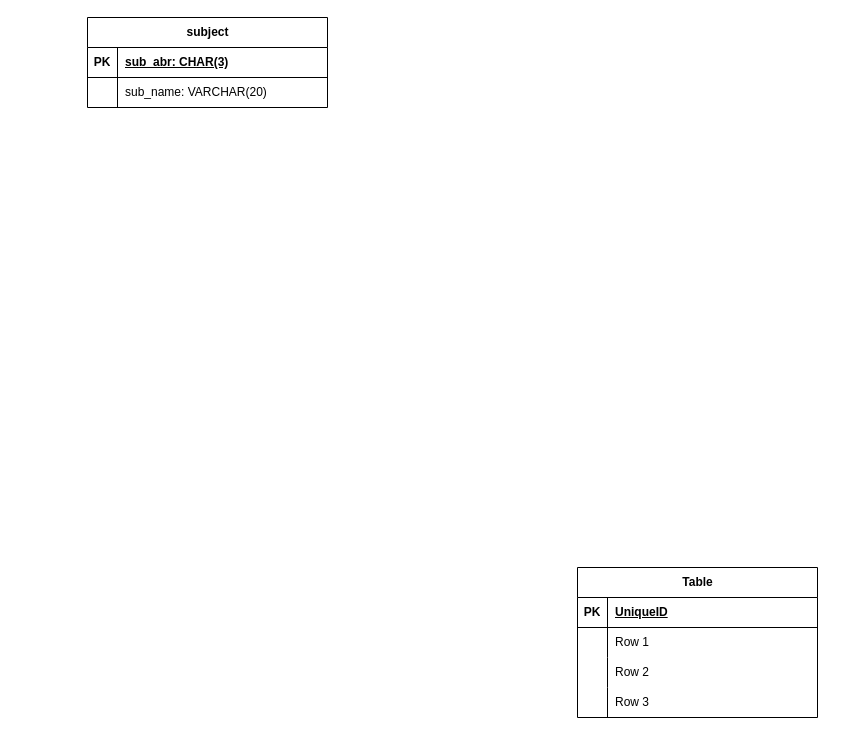
This is drafts/rel.drawio from elma1989/teach, a draw.io file, before an edit. Source tidied: cells renumbered, new cells numbered last; positions are measured from the earlier drawing's top-left corner, leaving out a move shared by most shapes. Both pictures are drawn from the tidied source at 100%, with x=0, y=0 at pixel (87, 17).
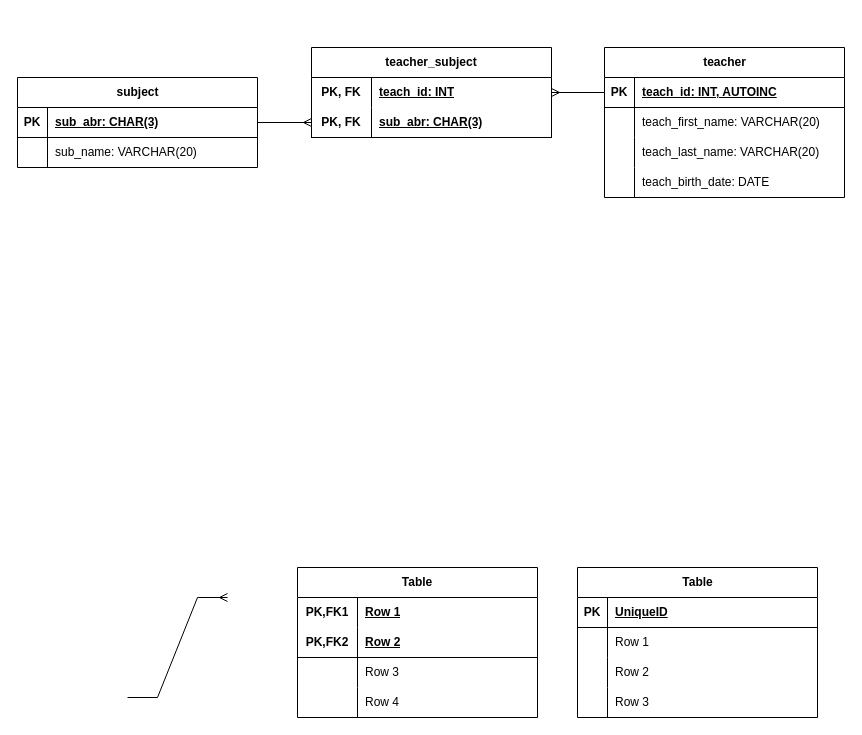
Above is the later version.

Unchanged cells that the change refers to:
```xml
<mxCell id="16" style="shape=tableRow;horizontal=0;startSize=0;swimlaneHead=0;swimlaneBody=0;fillColor=none;points=[[0,0.5],[1,0.5]];portConstraint=eastwest;top=0;left=0;right=0;bottom=1;" parent="15" vertex="1">
  <mxGeometry y="30" width="240" height="30" as="geometry" />
</mxCell>
```

Diff of the diagram source:
```diff
@@
     <mxCell id="15" value="subject" style="shape=table;startSize=30;childLayout=tableLayout;rowLines=0;fontStyle=1;align=center;html=1;" parent="1" vertex="1">
-      <mxGeometry width="240" height="90" as="geometry" />
+      <mxGeometry x="-70" y="60" width="240" height="90" as="geometry" />
     </mxCell>
@@
+    <mxCell id="22" value="teacher" style="shape=table;startSize=30;childLayout=tableLayout;rowLines=0;fontStyle=1;align=center;html=1;" parent="1" vertex="1">
+      <mxGeometry x="517" y="30" width="240" height="150" as="geometry" />
+    </mxCell>
+    <mxCell id="23" style="shape=tableRow;horizontal=0;startSize=0;swimlaneHead=0;swimlaneBody=0;fillColor=none;points=[[0,0.5],[1,0.5]];portConstraint=eastwest;top=0;left=0;right=0;bottom=1;" parent="22" vertex="1">
+      <mxGeometry y="30" width="240" height="30" as="geometry" />
+    </mxCell>
+    <mxCell id="24" value="PK" style="shape=partialRectangle;fillColor=none;top=0;left=0;bottom=0;right=0;fontStyle=1;overflow=hidden;whiteSpace=wrap;html=1;" parent="23" vertex="1">
+      <mxGeometry width="30" height="30" as="geometry" />
+    </mxCell>
+    <mxCell id="25" value="teach_id: INT, AUTOINC" style="shape=partialRectangle;fillColor=none;top=0;left=0;bottom=0;right=0;align=left;spacingLeft=6;fontStyle=5;overflow=hidden;whiteSpace=wrap;html=1;" parent="23" vertex="1">
+      <mxGeometry x="30" width="210" height="30" as="geometry" />
+    </mxCell>
+    <mxCell id="26" style="shape=tableRow;horizontal=0;startSize=0;swimlaneHead=0;swimlaneBody=0;fillColor=none;top=0;left=0;right=0;bottom=0;" parent="22" vertex="1">
+      <mxGeometry y="60" width="240" height="30" as="geometry" />
+    </mxCell>
+    <mxCell id="27" style="shape=partialRectangle;fillColor=none;top=0;left=0;bottom=0;right=0;overflow=hidden;whiteSpace=wrap;html=1;" parent="26" vertex="1">
+      <mxGeometry width="30" height="30" as="geometry" />
+    </mxCell>
+    <mxCell id="28" value="teach_first_name: VARCHAR(20)" style="shape=partialRectangle;fillColor=none;top=0;left=0;bottom=0;right=0;align=left;spacingLeft=6;overflow=hidden;whiteSpace=wrap;html=1;" parent="26" vertex="1">
+      <mxGeometry x="30" width="210" height="30" as="geometry" />
+    </mxCell>
+    <mxCell id="29" style="shape=tableRow;horizontal=0;startSize=0;swimlaneHead=0;swimlaneBody=0;fillColor=none;top=0;left=0;right=0;bottom=0;" parent="22" vertex="1">
+      <mxGeometry y="90" width="240" height="30" as="geometry" />
+    </mxCell>
+    <mxCell id="30" style="shape=partialRectangle;fillColor=none;top=0;left=0;bottom=0;right=0;overflow=hidden;whiteSpace=wrap;html=1;" parent="29" vertex="1">
+      <mxGeometry width="30" height="30" as="geometry" />
+    </mxCell>
+    <mxCell id="31" value="teach_last_name: VARCHAR(20)" style="shape=partialRectangle;fillColor=none;top=0;left=0;bottom=0;right=0;align=left;spacingLeft=6;overflow=hidden;whiteSpace=wrap;html=1;" parent="29" vertex="1">
+      <mxGeometry x="30" width="210" height="30" as="geometry" />
+    </mxCell>
+    <mxCell id="32" style="shape=tableRow;horizontal=0;startSize=0;swimlaneHead=0;swimlaneBody=0;fillColor=none;top=0;left=0;right=0;bottom=0;" parent="22" vertex="1">
+      <mxGeometry y="120" width="240" height="30" as="geometry" />
+    </mxCell>
+    <mxCell id="33" style="shape=partialRectangle;fillColor=none;top=0;left=0;bottom=0;right=0;overflow=hidden;whiteSpace=wrap;html=1;" parent="32" vertex="1">
+      <mxGeometry width="30" height="30" as="geometry" />
+    </mxCell>
+    <mxCell id="34" value="teach_birth_date: DATE" style="shape=partialRectangle;fillColor=none;top=0;left=0;bottom=0;right=0;align=left;spacingLeft=6;overflow=hidden;whiteSpace=wrap;html=1;" parent="32" vertex="1">
+      <mxGeometry x="30" width="210" height="30" as="geometry" />
+    </mxCell>
+    <mxCell id="35" value="Table" style="shape=table;startSize=30;childLayout=tableLayout;rowLines=0;fontStyle=1;align=center;html=1;whiteSpace=wrap;" parent="1" vertex="1">
+      <mxGeometry x="210" y="550" width="240" height="150" as="geometry" />
+    </mxCell>
+    <mxCell id="36" style="shape=tableRow;horizontal=0;startSize=0;swimlaneHead=0;swimlaneBody=0;fillColor=none;top=0;left=0;right=0;bottom=0;html=1;" parent="35" vertex="1">
+      <mxGeometry y="30" width="240" height="30" as="geometry" />
+    </mxCell>
+    <mxCell id="37" value="PK,FK1" style="shape=partialRectangle;fillColor=none;top=0;left=0;bottom=0;right=0;fontStyle=1;overflow=hidden;html=1;whiteSpace=wrap;" parent="36" vertex="1">
+      <mxGeometry width="60" height="30" as="geometry" />
+    </mxCell>
+    <mxCell id="38" value="Row 1" style="shape=partialRectangle;fillColor=none;top=0;left=0;bottom=0;right=0;align=left;spacingLeft=6;fontStyle=5;overflow=hidden;html=1;whiteSpace=wrap;" parent="36" vertex="1">
+      <mxGeometry x="60" width="180" height="30" as="geometry" />
+    </mxCell>
+    <mxCell id="39" style="shape=tableRow;horizontal=0;startSize=0;swimlaneHead=0;swimlaneBody=0;fillColor=none;top=0;left=0;right=0;bottom=1;html=1;" parent="35" vertex="1">
+      <mxGeometry y="60" width="240" height="30" as="geometry" />
+    </mxCell>
+    <mxCell id="40" value="PK,FK2" style="shape=partialRectangle;fillColor=none;top=0;left=0;bottom=0;right=0;fontStyle=1;overflow=hidden;html=1;whiteSpace=wrap;" parent="39" vertex="1">
+      <mxGeometry width="60" height="30" as="geometry" />
+    </mxCell>
+    <mxCell id="41" value="Row 2" style="shape=partialRectangle;fillColor=none;top=0;left=0;bottom=0;right=0;align=left;spacingLeft=6;fontStyle=5;overflow=hidden;html=1;whiteSpace=wrap;" parent="39" vertex="1">
+      <mxGeometry x="60" width="180" height="30" as="geometry" />
+    </mxCell>
+    <mxCell id="42" style="shape=tableRow;horizontal=0;startSize=0;swimlaneHead=0;swimlaneBody=0;fillColor=none;top=0;left=0;right=0;bottom=0;html=1;" parent="35" vertex="1">
+      <mxGeometry y="90" width="240" height="30" as="geometry" />
+    </mxCell>
+    <mxCell id="43" style="shape=partialRectangle;fillColor=none;top=0;left=0;bottom=0;right=0;overflow=hidden;html=1;whiteSpace=wrap;" parent="42" vertex="1">
+      <mxGeometry width="60" height="30" as="geometry" />
+    </mxCell>
+    <mxCell id="44" value="Row 3" style="shape=partialRectangle;fillColor=none;top=0;left=0;bottom=0;right=0;align=left;spacingLeft=6;overflow=hidden;html=1;whiteSpace=wrap;" parent="42" vertex="1">
+      <mxGeometry x="60" width="180" height="30" as="geometry" />
+    </mxCell>
+    <mxCell id="45" style="shape=tableRow;horizontal=0;startSize=0;swimlaneHead=0;swimlaneBody=0;fillColor=none;top=0;left=0;right=0;bottom=0;html=1;" parent="35" vertex="1">
+      <mxGeometry y="120" width="240" height="30" as="geometry" />
+    </mxCell>
+    <mxCell id="46" style="shape=partialRectangle;fillColor=none;top=0;left=0;bottom=0;right=0;overflow=hidden;html=1;whiteSpace=wrap;" parent="45" vertex="1">
+      <mxGeometry width="60" height="30" as="geometry" />
+    </mxCell>
+    <mxCell id="47" value="Row 4" style="shape=partialRectangle;fillColor=none;top=0;left=0;bottom=0;right=0;align=left;spacingLeft=6;overflow=hidden;html=1;whiteSpace=wrap;" parent="45" vertex="1">
+      <mxGeometry x="60" width="180" height="30" as="geometry" />
+    </mxCell>
+    <mxCell id="48" value="teacher_subject" style="shape=table;startSize=30;childLayout=tableLayout;rowLines=0;fontStyle=1;align=center;html=1;whiteSpace=wrap;" parent="1" vertex="1">
+      <mxGeometry x="224" y="30" width="240" height="90" as="geometry" />
+    </mxCell>
+    <mxCell id="49" style="shape=tableRow;horizontal=0;startSize=0;swimlaneHead=0;swimlaneBody=0;fillColor=none;points=[[0,0.5],[1,0.5]];portConstraint=eastwest;top=0;left=0;right=0;bottom=0;html=1;" parent="48" vertex="1">
+      <mxGeometry y="30" width="240" height="30" as="geometry" />
+    </mxCell>
+    <mxCell id="50" value="PK, FK" style="shape=partialRectangle;fillColor=none;top=0;left=0;bottom=0;right=0;fontStyle=1;overflow=hidden;html=1;whiteSpace=wrap;" parent="49" vertex="1">
+      <mxGeometry width="60" height="30" as="geometry" />
+    </mxCell>
+    <mxCell id="51" value="teach_id: INT" style="shape=partialRectangle;fillColor=none;top=0;left=0;bottom=0;right=0;align=left;spacingLeft=6;fontStyle=5;overflow=hidden;html=1;whiteSpace=wrap;" parent="49" vertex="1">
+      <mxGeometry x="60" width="180" height="30" as="geometry" />
+    </mxCell>
+    <mxCell id="52" style="shape=tableRow;horizontal=0;startSize=0;swimlaneHead=0;swimlaneBody=0;fillColor=none;points=[[0,0.5],[1,0.5]];portConstraint=eastwest;top=0;left=0;right=0;bottom=1;html=1;" parent="48" vertex="1">
+      <mxGeometry y="60" width="240" height="30" as="geometry" />
+    </mxCell>
+    <mxCell id="53" value="PK, FK" style="shape=partialRectangle;fillColor=none;top=0;left=0;bottom=0;right=0;fontStyle=1;overflow=hidden;html=1;whiteSpace=wrap;" parent="52" vertex="1">
+      <mxGeometry width="60" height="30" as="geometry" />
+    </mxCell>
+    <mxCell id="54" value="sub_abr: CHAR(3)" style="shape=partialRectangle;fillColor=none;top=0;left=0;bottom=0;right=0;align=left;spacingLeft=6;fontStyle=5;overflow=hidden;html=1;whiteSpace=wrap;" parent="52" vertex="1">
+      <mxGeometry x="60" width="180" height="30" as="geometry" />
+    </mxCell>
+    <mxCell id="55" style="edgeStyle=entityRelationEdgeStyle;fontSize=12;html=1;endArrow=ERmany;rounded=0;" parent="1" edge="1" source="23" target="49">
+      <mxGeometry relative="1" as="geometry" />
+    </mxCell>
+    <mxCell id="56" style="edgeStyle=entityRelationEdgeStyle;fontSize=12;html=1;endArrow=ERmany;rounded=0;" parent="1" edge="1" source="16" target="52">
+      <mxGeometry relative="1" as="geometry" />
+    </mxCell>
+    <mxCell id="57" style="edgeStyle=entityRelationEdgeStyle;fontSize=12;html=1;endArrow=ERmany;rounded=0;" parent="1" edge="1">
+      <mxGeometry relative="1" as="geometry">
+        <mxPoint x="40" y="680" as="sourcePoint" />
+        <mxPoint x="140" y="580" as="targetPoint" />
+      </mxGeometry>
+    </mxCell>
```
